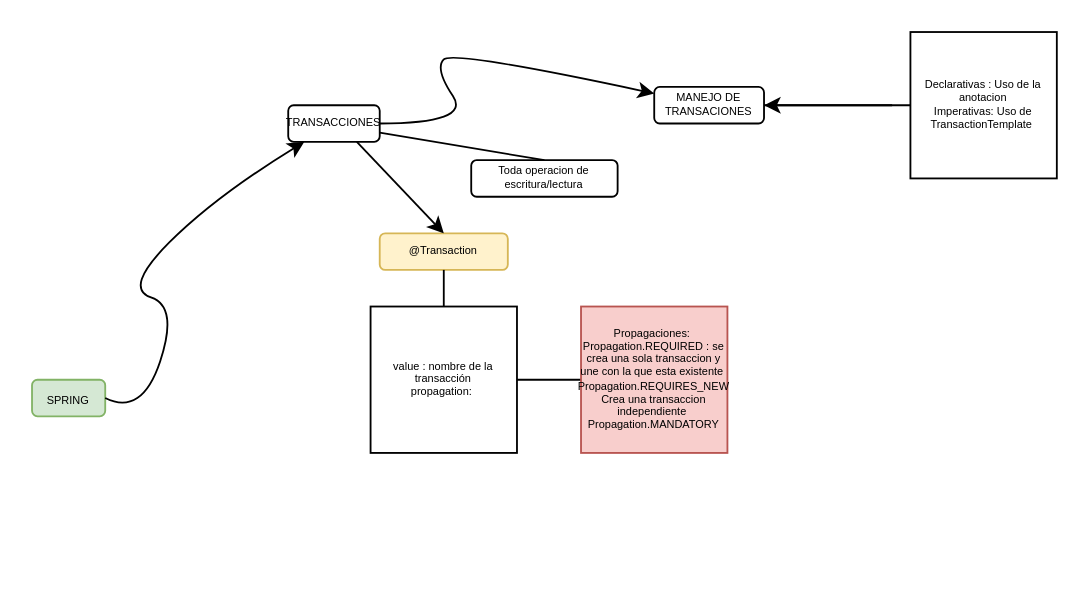
The draw.io diagram Diagrama sin título.drawio in droidark/mental-maps, before the edit. Source tidied: cells renumbered, new cells numbered last; positions are measured from the earlier drawing's top-left corner, leaving out a move shared by most shapes. Both pictures are drawn from the tidied source at 183%, with x=0, y=0 at pixel (31, 31).
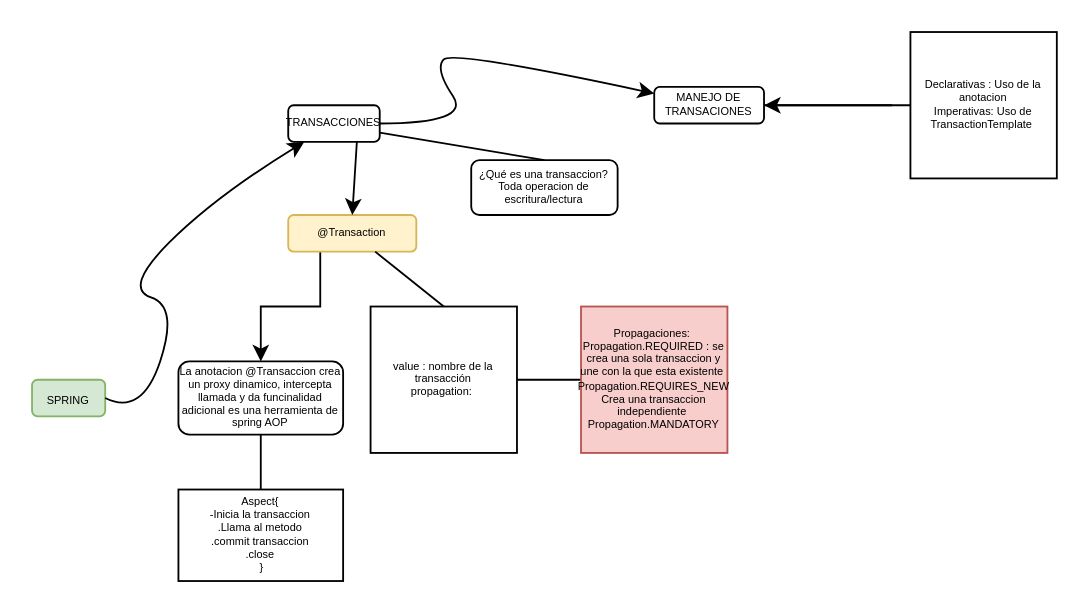
The same diagram, later.

Change to the diagram source:
```diff
@@
+    <mxCell id="18" style="edgeStyle=orthogonalEdgeStyle;rounded=0;jettySize=auto;html=1;exitX=0.25;exitY=1;exitDx=0;exitDy=0;fontSize=6;" parent="1" edge="1" source="7" target="19">
+      <mxGeometry relative="1" as="geometry" />
+    </mxCell>
     <mxCell id="7" value="@Transaction" style="rounded=1;whiteSpace=wrap;html=1;fontSize=6;fillColor=#fff2cc;strokeColor=#d6b656;" parent="1" vertex="1">
-      <mxGeometry x="190" y="110" width="70" height="20" as="geometry" />
+      <mxGeometry x="140" y="100" width="70" height="20" as="geometry" />
     </mxCell>
@@
-    <mxCell id="14" value="Toda operacion de escritura/lectura" style="rounded=1;whiteSpace=wrap;html=1;fontSize=6;" parent="1" vertex="1">
-      <mxGeometry x="240" y="70" width="80" height="20" as="geometry" />
+    <mxCell id="14" value="¿Qué es una transaccion?&lt;br&gt;Toda operacion de escritura/lectura" style="rounded=1;whiteSpace=wrap;html=1;fontSize=6;" parent="1" vertex="1">
+      <mxGeometry x="240" y="70" width="80" height="30" as="geometry" />
     </mxCell>
@@
+    <mxCell id="19" value="La anotacion @Transaccion crea un proxy dinamico, intercepta llamada y da funcinalidad adicional es una herramienta de spring AOP" style="rounded=1;whiteSpace=wrap;html=1;fontSize=6;" parent="1" vertex="1">
+      <mxGeometry x="80" y="180" width="90" height="40" as="geometry" />
+    </mxCell>
+    <mxCell id="20" value="Aspect{&lt;br&gt;-Inicia la transaccion&lt;br&gt;.Llama al metodo&lt;br&gt;.commit transaccion&lt;br&gt;.close&lt;br&gt;&amp;nbsp;}" style="rounded=0;whiteSpace=wrap;html=1;fontSize=6;" parent="1" vertex="1">
+      <mxGeometry x="80" y="250" width="90" height="50" as="geometry" />
+    </mxCell>
+    <mxCell id="21" style="endArrow=none;html=1;rounded=0;fontSize=6;exitX=0.5;exitY=1;exitDx=0;exitDy=0;entryX=0.5;entryY=0;entryDx=0;entryDy=0;" parent="1" edge="1" source="19" target="20">
+      <mxGeometry relative="1" as="geometry" />
+    </mxCell>
```
